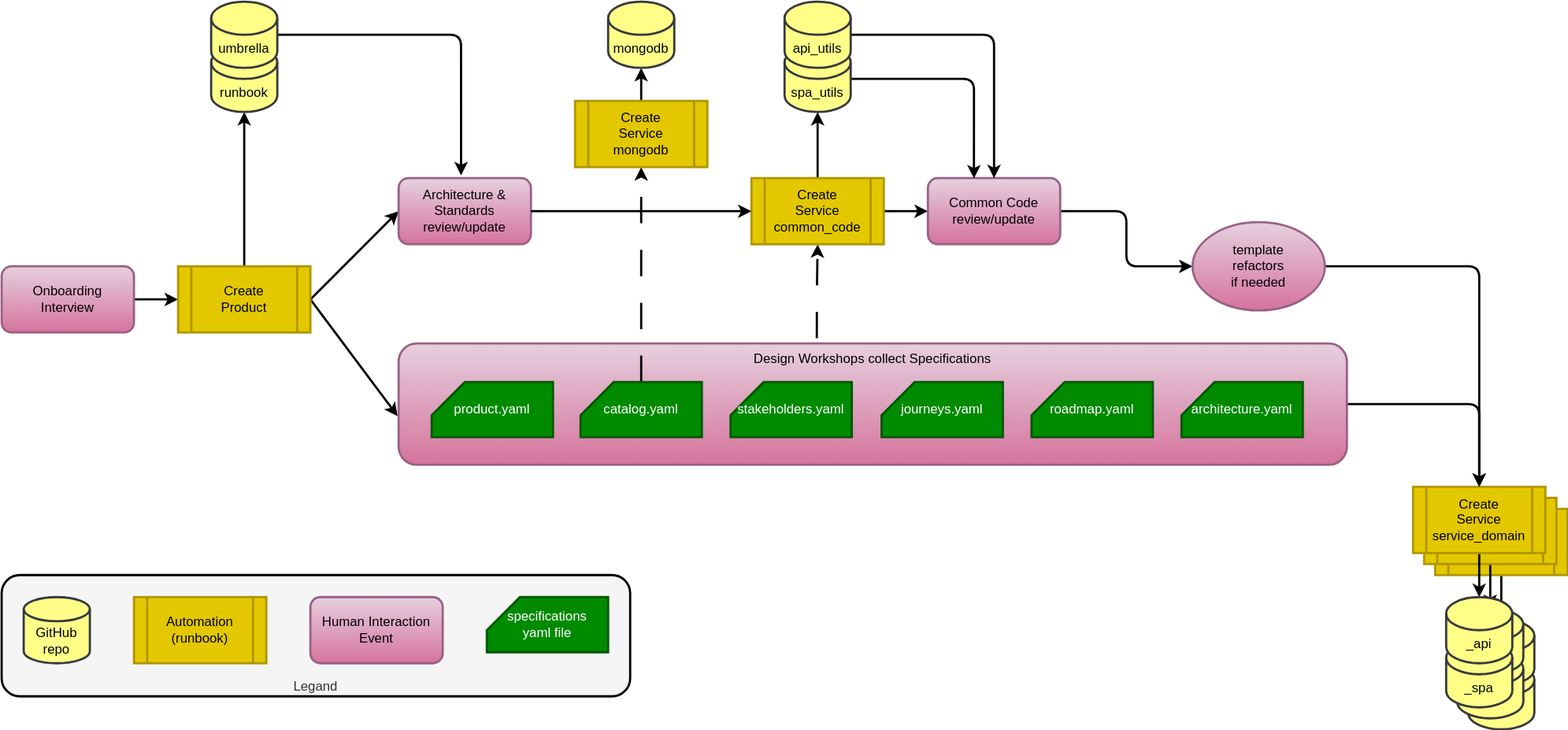
The draw.io diagram specifications/journey.svg in agile-learning-institute/stage0, before a commit. Source tidied: cells renumbered, new cells last; positions are measured from the earlier drawing's top-left corner, leaving out a move shared by most shapes.
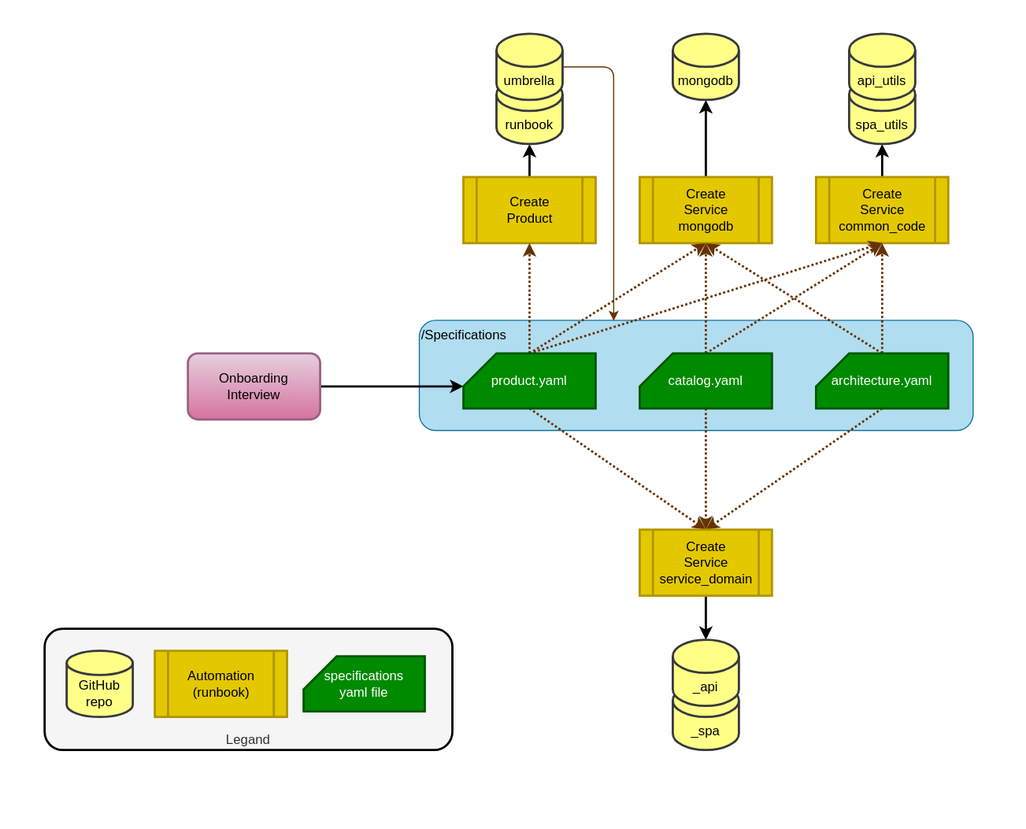
The same file after the commit.

Commit message:
journey diagram updates

Diff of the diagram source:
```diff
@@ -4,18 +4,12 @@
     <mxCell id="1" parent="0" />
+    <mxCell id="54" style="rounded=0;whiteSpace=wrap;html=1;fillColor=none;strokeColor=none;" parent="1" vertex="1">
+      <mxGeometry x="-980" y="-60" width="930" height="750" as="geometry" />
+    </mxCell>
+    <mxCell id="55" value="/Specifications" style="rounded=1;whiteSpace=wrap;html=1;strokeColor=#10739e;fillColor=#b1ddf0;verticalAlign=top;align=left;fontColor=#000000;" parent="1" vertex="1">
+      <mxGeometry x="-600" y="230" width="502.5" height="100" as="geometry" />
+    </mxCell>
     <mxCell id="2" value="Legand" style="rounded=1;whiteSpace=wrap;html=1;verticalAlign=bottom;fillColor=#f5f5f5;strokeColor=#000000;fontColor=#333333;strokeWidth=2;" parent="1" vertex="1">
-      <mxGeometry y="520" width="570" height="110" as="geometry" />
+      <mxGeometry x="-940" y="510" width="370" height="110" as="geometry" />
     </mxCell>
-    <mxCell id="3" style="edgeStyle=orthogonalEdgeStyle;html=1;exitX=0.5;exitY=1;exitDx=0;exitDy=0;entryX=0.5;entryY=0;entryDx=0;entryDy=0;entryPerimeter=0;fillColor=#f5f5f5;strokeColor=#000000;strokeWidth=2;" parent="1" edge="1" source="4" target="40">
-      <mxGeometry relative="1" as="geometry" />
-    </mxCell>
-    <mxCell id="4" value="Create&lt;br&gt;Service&lt;br&gt;service_domain" style="shape=process;whiteSpace=wrap;html=1;backgroundOutline=1;fillColor=#e3c800;strokeColor=#B09500;fontColor=#000000;strokeWidth=2;" parent="1" vertex="1">
-      <mxGeometry x="1300" y="460" width="120" height="60" as="geometry" />
-    </mxCell>
-    <mxCell id="5" style="edgeStyle=orthogonalEdgeStyle;html=1;exitX=0.5;exitY=1;exitDx=0;exitDy=0;entryX=0.5;entryY=0;entryDx=0;entryDy=0;entryPerimeter=0;fillColor=#f5f5f5;strokeColor=#000000;strokeWidth=2;" parent="1" edge="1" source="6" target="43">
-      <mxGeometry relative="1" as="geometry" />
-    </mxCell>
-    <mxCell id="6" value="Create&lt;br&gt;Service&lt;br&gt;service_domain" style="shape=process;whiteSpace=wrap;html=1;backgroundOutline=1;fillColor=#e3c800;strokeColor=#B09500;fontColor=#000000;strokeWidth=2;" parent="1" vertex="1">
-      <mxGeometry x="1290" y="450" width="120" height="60" as="geometry" />
-    </mxCell>
-    <mxCell id="7" style="edgeStyle=orthogonalEdgeStyle;html=1;exitX=1;exitY=0.5;exitDx=0;exitDy=0;entryX=0;entryY=0.5;entryDx=0;entryDy=0;fillColor=#f5f5f5;strokeColor=#000000;strokeWidth=2;" parent="1" edge="1" source="8" target="12">
+    <mxCell id="7" style="edgeStyle=orthogonalEdgeStyle;html=1;exitX=1;exitY=0.5;exitDx=0;exitDy=0;entryX=0;entryY=0;entryDx=0;entryDy=30;fillColor=#f5f5f5;strokeColor=#000000;strokeWidth=2;entryPerimeter=0;" parent="1" edge="1" source="8" target="27">
       <mxGeometry relative="1" as="geometry" />
@@ -23,10 +17,4 @@
     <mxCell id="8" value="Onboarding&lt;br&gt;Interview" style="rounded=1;whiteSpace=wrap;html=1;fillColor=#e6d0de;strokeColor=#996185;strokeWidth=2;gradientColor=#d5739d;fontColor=#000000;" parent="1" vertex="1">
-      <mxGeometry y="240" width="120" height="60" as="geometry" />
+      <mxGeometry x="-810" y="260" width="120" height="60" as="geometry" />
     </mxCell>
-    <mxCell id="9" style="edgeStyle=none;html=1;exitX=1;exitY=0.5;exitDx=0;exitDy=0;entryX=0;entryY=0.5;entryDx=0;entryDy=0;fillColor=#f5f5f5;strokeColor=#000000;strokeWidth=2;" parent="1" edge="1" source="12" target="13">
-      <mxGeometry relative="1" as="geometry" />
-    </mxCell>
-    <mxCell id="10" style="edgeStyle=none;html=1;exitX=1;exitY=0.5;exitDx=0;exitDy=0;entryX=-0.001;entryY=0.599;entryDx=0;entryDy=0;entryPerimeter=0;fillColor=#f5f5f5;strokeColor=#000000;strokeWidth=2;" parent="1" edge="1" source="12" target="15">
-      <mxGeometry relative="1" as="geometry" />
-    </mxCell>
     <mxCell id="11" style="edgeStyle=none;html=1;exitX=0.5;exitY=0;exitDx=0;exitDy=0;fillColor=#f5f5f5;strokeColor=#000000;strokeWidth=2;" parent="1" edge="1" source="12" target="32">
@@ -35,18 +23,15 @@
     <mxCell id="12" value="Create&lt;br&gt;Product" style="shape=process;whiteSpace=wrap;html=1;backgroundOutline=1;fillColor=#e3c800;strokeColor=#B09500;fontColor=#000000;strokeWidth=2;" parent="1" vertex="1">
-      <mxGeometry x="160" y="240" width="120" height="60" as="geometry" />
+      <mxGeometry x="-560" y="100" width="120" height="60" as="geometry" />
     </mxCell>
-    <mxCell id="13" value="Architecture &amp;amp;&lt;br&gt;Standards&lt;br&gt;review/update" style="rounded=1;whiteSpace=wrap;html=1;fillColor=#e6d0de;strokeColor=#996185;strokeWidth=2;gradientColor=#d5739d;fontColor=#000000;" parent="1" vertex="1">
-      <mxGeometry x="360" y="160" width="120" height="60" as="geometry" />
-    </mxCell>
-    <mxCell id="14" style="edgeStyle=orthogonalEdgeStyle;html=1;exitX=1;exitY=0.5;exitDx=0;exitDy=0;entryX=0.5;entryY=0;entryDx=0;entryDy=0;fillColor=#f5f5f5;strokeColor=#000000;strokeWidth=2;" parent="1" edge="1" source="15" target="31">
-      <mxGeometry relative="1" as="geometry" />
-    </mxCell>
-    <mxCell id="15" value="Design Workshops collect Specifications" style="rounded=1;whiteSpace=wrap;html=1;verticalAlign=top;fillColor=#e6d0de;strokeColor=#996185;strokeWidth=2;gradientColor=#d5739d;fontColor=#000000;" parent="1" vertex="1">
-      <mxGeometry x="360" y="310" width="860" height="110" as="geometry" />
-    </mxCell>
-    <mxCell id="16" style="edgeStyle=orthogonalEdgeStyle;html=1;exitX=0.5;exitY=0;exitDx=0;exitDy=0;exitPerimeter=0;entryX=0.5;entryY=1;entryDx=0;entryDy=0;fontColor=none;dashed=1;dashPattern=12 12;fillColor=#f5f5f5;strokeColor=#000000;strokeWidth=2;" parent="1" edge="1" source="17" target="24">
+    <mxCell id="16" style="html=1;exitX=0.5;exitY=0;exitDx=0;exitDy=0;exitPerimeter=0;entryX=0.5;entryY=1;entryDx=0;entryDy=0;fontColor=none;dashed=1;dashPattern=1 1;fillColor=#f5f5f5;strokeColor=#663300;strokeWidth=2;" parent="1" edge="1" source="17" target="24">
       <mxGeometry relative="1" as="geometry" />
     </mxCell>
+    <mxCell id="56" style="edgeStyle=none;html=1;exitX=0.5;exitY=0;exitDx=0;exitDy=0;exitPerimeter=0;entryX=0.5;entryY=1;entryDx=0;entryDy=0;dashed=1;dashPattern=1 1;strokeColor=#663300;strokeWidth=2;" parent="1" edge="1" source="17" target="21">
+      <mxGeometry relative="1" as="geometry" />
+    </mxCell>
+    <mxCell id="57" style="edgeStyle=none;html=1;exitX=0.5;exitY=1;exitDx=0;exitDy=0;exitPerimeter=0;entryX=0.5;entryY=0;entryDx=0;entryDy=0;dashed=1;dashPattern=1 1;strokeColor=#663300;strokeWidth=2;" parent="1" edge="1" source="17" target="31">
+      <mxGeometry relative="1" as="geometry" />
+    </mxCell>
     <mxCell id="17" value="catalog.yaml" style="shape=card;whiteSpace=wrap;html=1;fillColor=#008a00;strokeColor=#005700;strokeWidth=2;fontColor=#ffffff;" parent="1" vertex="1">
-      <mxGeometry x="525" y="345" width="110" height="50" as="geometry" />
+      <mxGeometry x="-400" y="260" width="120" height="50" as="geometry" />
     </mxCell>
@@ -55,10 +40,4 @@
     </mxCell>
-    <mxCell id="19" style="edgeStyle=orthogonalEdgeStyle;html=1;exitX=1;exitY=0.5;exitDx=0;exitDy=0;entryX=0;entryY=0.5;entryDx=0;entryDy=0;fillColor=#f5f5f5;strokeColor=#000000;strokeWidth=2;" parent="1" edge="1" source="21" target="26">
-      <mxGeometry relative="1" as="geometry" />
-    </mxCell>
-    <mxCell id="20" style="edgeStyle=orthogonalEdgeStyle;html=1;exitX=0.441;exitY=-0.043;exitDx=0;exitDy=0;entryX=0.5;entryY=1;entryDx=0;entryDy=0;dashed=1;dashPattern=12 12;fontColor=none;exitPerimeter=0;fillColor=#f5f5f5;strokeColor=#000000;strokeWidth=2;" parent="1" edge="1" source="15" target="21">
-      <mxGeometry relative="1" as="geometry" />
-    </mxCell>
     <mxCell id="21" value="Create&lt;br&gt;Service&lt;br&gt;common_code" style="shape=process;whiteSpace=wrap;html=1;backgroundOutline=1;fillColor=#e3c800;strokeColor=#B09500;fontColor=#000000;strokeWidth=2;" parent="1" vertex="1">
-      <mxGeometry x="680" y="160" width="120" height="60" as="geometry" />
+      <mxGeometry x="-240" y="100" width="120" height="60" as="geometry" />
     </mxCell>
@@ -67,23 +46,32 @@
     </mxCell>
-    <mxCell id="23" style="edgeStyle=orthogonalEdgeStyle;html=1;exitX=1;exitY=0.5;exitDx=0;exitDy=0;entryX=0;entryY=0.5;entryDx=0;entryDy=0;fontColor=none;fillColor=#f5f5f5;strokeColor=#000000;strokeWidth=2;" parent="1" edge="1" source="13" target="21">
-      <mxGeometry relative="1" as="geometry" />
-    </mxCell>
     <mxCell id="24" value="Create&lt;br&gt;Service&lt;br&gt;mongodb" style="shape=process;whiteSpace=wrap;html=1;backgroundOutline=1;fillColor=#e3c800;strokeColor=#B09500;fontColor=#000000;strokeWidth=2;" parent="1" vertex="1">
-      <mxGeometry x="520" y="90" width="120" height="60" as="geometry" />
+      <mxGeometry x="-400" y="100" width="120" height="60" as="geometry" />
     </mxCell>
-    <mxCell id="25" style="edgeStyle=orthogonalEdgeStyle;html=1;exitX=1;exitY=0.5;exitDx=0;exitDy=0;entryX=0;entryY=0.5;entryDx=0;entryDy=0;fillColor=#f5f5f5;strokeColor=#000000;strokeWidth=2;" parent="1" edge="1" source="26" target="47">
-      <mxGeometry relative="1" as="geometry" />
-    </mxCell>
-    <mxCell id="26" value="Common Code&lt;br&gt;review/update" style="rounded=1;whiteSpace=wrap;html=1;fillColor=#e6d0de;strokeColor=#996185;strokeWidth=2;gradientColor=#d5739d;fontColor=#000000;" parent="1" vertex="1">
-      <mxGeometry x="840" y="160" width="120" height="60" as="geometry" />
-    </mxCell>
+    <mxCell id="58" style="edgeStyle=none;html=1;exitX=0.5;exitY=0;exitDx=0;exitDy=0;exitPerimeter=0;entryX=0.5;entryY=1;entryDx=0;entryDy=0;strokeColor=#663300;strokeWidth=2;dashed=1;dashPattern=1 1;" parent="1" edge="1" source="27" target="12">
+      <mxGeometry relative="1" as="geometry" />
+    </mxCell>
+    <mxCell id="59" style="edgeStyle=none;html=1;exitX=0.5;exitY=0;exitDx=0;exitDy=0;exitPerimeter=0;entryX=0.5;entryY=1;entryDx=0;entryDy=0;strokeColor=#663300;strokeWidth=2;dashed=1;dashPattern=1 1;" parent="1" edge="1" source="27" target="24">
+      <mxGeometry relative="1" as="geometry" />
+    </mxCell>
+    <mxCell id="60" style="edgeStyle=none;html=1;exitX=0.5;exitY=0;exitDx=0;exitDy=0;exitPerimeter=0;entryX=0.5;entryY=1;entryDx=0;entryDy=0;dashed=1;dashPattern=1 1;strokeColor=#663300;strokeWidth=2;" parent="1" edge="1" source="27" target="21">
+      <mxGeometry relative="1" as="geometry" />
+    </mxCell>
+    <mxCell id="61" style="edgeStyle=none;html=1;exitX=0.5;exitY=1;exitDx=0;exitDy=0;exitPerimeter=0;dashed=1;dashPattern=1 1;strokeColor=#663300;strokeWidth=2;entryX=0.5;entryY=0;entryDx=0;entryDy=0;" parent="1" edge="1" source="27" target="31">
+      <mxGeometry relative="1" as="geometry" />
+    </mxCell>
     <mxCell id="27" value="product.yaml" style="shape=card;whiteSpace=wrap;html=1;fillColor=#008a00;strokeColor=#005700;strokeWidth=2;fontColor=#ffffff;" parent="1" vertex="1">
-      <mxGeometry x="390" y="345" width="110" height="50" as="geometry" />
+      <mxGeometry x="-560" y="260" width="120" height="50" as="geometry" />
     </mxCell>
+    <mxCell id="62" style="edgeStyle=none;html=1;exitX=0.5;exitY=1;exitDx=0;exitDy=0;exitPerimeter=0;entryX=0.5;entryY=0;entryDx=0;entryDy=0;dashed=1;dashPattern=1 1;strokeColor=#663300;strokeWidth=2;" parent="1" edge="1" source="28" target="31">
+      <mxGeometry relative="1" as="geometry" />
+    </mxCell>
+    <mxCell id="63" style="edgeStyle=none;html=1;exitX=0.5;exitY=0;exitDx=0;exitDy=0;exitPerimeter=0;entryX=0.5;entryY=1;entryDx=0;entryDy=0;dashed=1;dashPattern=1 1;strokeColor=#663300;strokeWidth=2;" parent="1" edge="1" source="28" target="24">
+      <mxGeometry relative="1" as="geometry" />
+    </mxCell>
+    <mxCell id="64" style="edgeStyle=none;html=1;exitX=0.5;exitY=0;exitDx=0;exitDy=0;exitPerimeter=0;entryX=0.5;entryY=1;entryDx=0;entryDy=0;dashed=1;dashPattern=1 1;strokeColor=#663300;strokeWidth=2;" parent="1" edge="1" source="28" target="21">
+      <mxGeometry relative="1" as="geometry" />
+    </mxCell>
     <mxCell id="28" value="architecture.yaml" style="shape=card;whiteSpace=wrap;html=1;fillColor=#008a00;strokeColor=#005700;strokeWidth=2;fontColor=#ffffff;" parent="1" vertex="1">
-      <mxGeometry x="1070" y="345" width="110" height="50" as="geometry" />
+      <mxGeometry x="-240" y="260" width="120" height="50" as="geometry" />
     </mxCell>
-    <mxCell id="29" value="journeys.yaml" style="shape=card;whiteSpace=wrap;html=1;fillColor=#008a00;strokeColor=#005700;strokeWidth=2;fontColor=#ffffff;" parent="1" vertex="1">
-      <mxGeometry x="798" y="345" width="110" height="50" as="geometry" />
-    </mxCell>
     <mxCell id="30" style="edgeStyle=orthogonalEdgeStyle;html=1;exitX=0.5;exitY=1;exitDx=0;exitDy=0;entryX=0.5;entryY=0;entryDx=0;entryDy=0;entryPerimeter=0;fillColor=#f5f5f5;strokeColor=#000000;strokeWidth=2;" parent="1" edge="1" source="31" target="45">
@@ -92,69 +80,36 @@
     <mxCell id="31" value="Create&lt;br&gt;Service&lt;br&gt;service_domain" style="shape=process;whiteSpace=wrap;html=1;backgroundOutline=1;fillColor=#e3c800;strokeColor=#B09500;fontColor=#000000;strokeWidth=2;" parent="1" vertex="1">
-      <mxGeometry x="1280" y="440" width="120" height="60" as="geometry" />
+      <mxGeometry x="-400" y="420" width="120" height="60" as="geometry" />
     </mxCell>
     <mxCell id="32" value="runbook" style="shape=cylinder3;whiteSpace=wrap;html=1;boundedLbl=1;backgroundOutline=1;size=15;fillColor=#ffff88;strokeColor=#36393d;strokeWidth=2;fontColor=#000000;" parent="1" vertex="1">
-      <mxGeometry x="190" y="40" width="60" height="60" as="geometry" />
+      <mxGeometry x="-530" y="10" width="60" height="60" as="geometry" />
     </mxCell>
-    <mxCell id="33" style="edgeStyle=orthogonalEdgeStyle;html=1;exitX=1;exitY=0.5;exitDx=0;exitDy=0;exitPerimeter=0;entryX=0.472;entryY=-0.042;entryDx=0;entryDy=0;entryPerimeter=0;fillColor=#f5f5f5;strokeColor=#000000;strokeWidth=2;" parent="1" edge="1" source="34" target="13">
-      <mxGeometry relative="1" as="geometry" />
-    </mxCell>
+    <mxCell id="65" style="edgeStyle=orthogonalEdgeStyle;html=1;exitX=1;exitY=0.5;exitDx=0;exitDy=0;exitPerimeter=0;entryX=0.351;entryY=0.004;entryDx=0;entryDy=0;entryPerimeter=0;strokeColor=#663300;strokeWidth=1;" parent="1" edge="1" source="34" target="55">
+      <mxGeometry relative="1" as="geometry" />
+    </mxCell>
     <mxCell id="34" value="umbrella" style="shape=cylinder3;whiteSpace=wrap;html=1;boundedLbl=1;backgroundOutline=1;size=15;fillColor=#ffff88;strokeColor=#36393d;strokeWidth=2;fontColor=#000000;" parent="1" vertex="1">
-      <mxGeometry x="190" width="60" height="60" as="geometry" />
+      <mxGeometry x="-530" y="-30" width="60" height="60" as="geometry" />
     </mxCell>
-    <mxCell id="35" style="edgeStyle=orthogonalEdgeStyle;html=1;exitX=1;exitY=0.5;exitDx=0;exitDy=0;exitPerimeter=0;entryX=0.348;entryY=0.005;entryDx=0;entryDy=0;entryPerimeter=0;fillColor=#f5f5f5;strokeColor=#000000;strokeWidth=2;" parent="1" edge="1" source="36" target="26">
-      <mxGeometry relative="1" as="geometry" />
-    </mxCell>
     <mxCell id="36" value="spa_utils" style="shape=cylinder3;whiteSpace=wrap;html=1;boundedLbl=1;backgroundOutline=1;size=15;fillColor=#ffff88;strokeColor=#36393d;strokeWidth=2;fontColor=#000000;" parent="1" vertex="1">
-      <mxGeometry x="710" y="40" width="60" height="60" as="geometry" />
+      <mxGeometry x="-210" y="10" width="60" height="60" as="geometry" />
     </mxCell>
-    <mxCell id="37" style="edgeStyle=orthogonalEdgeStyle;html=1;exitX=1;exitY=0.5;exitDx=0;exitDy=0;exitPerimeter=0;entryX=0.5;entryY=0;entryDx=0;entryDy=0;fillColor=#f5f5f5;strokeColor=#000000;strokeWidth=2;" parent="1" edge="1" source="38" target="26">
-      <mxGeometry relative="1" as="geometry" />
-    </mxCell>
     <mxCell id="38" value="api_utils" style="shape=cylinder3;whiteSpace=wrap;html=1;boundedLbl=1;backgroundOutline=1;size=15;fillColor=#ffff88;strokeColor=#36393d;strokeWidth=2;fontColor=#000000;" parent="1" vertex="1">
-      <mxGeometry x="710" width="60" height="60" as="geometry" />
+      <mxGeometry x="-210" y="-30" width="60" height="60" as="geometry" />
     </mxCell>
     <mxCell id="39" value="mongodb" style="shape=cylinder3;whiteSpace=wrap;html=1;boundedLbl=1;backgroundOutline=1;size=15;fillColor=#ffff88;strokeColor=#36393d;strokeWidth=2;fontColor=#000000;" parent="1" vertex="1">
-      <mxGeometry x="550" width="60" height="60" as="geometry" />
+      <mxGeometry x="-370" y="-30" width="60" height="60" as="geometry" />
     </mxCell>
-    <mxCell id="40" style="shape=cylinder3;whiteSpace=wrap;html=1;boundedLbl=1;backgroundOutline=1;size=15;fillColor=#ffff88;strokeColor=#36393d;strokeWidth=2;fontColor=#000000;" parent="1" vertex="1">
-      <mxGeometry x="1330" y="600" width="60" height="60" as="geometry" />
-    </mxCell>
-    <mxCell id="41" style="shape=cylinder3;whiteSpace=wrap;html=1;boundedLbl=1;backgroundOutline=1;size=15;fillColor=#ffff88;strokeColor=#36393d;strokeWidth=2;fontColor=#000000;" parent="1" vertex="1">
-      <mxGeometry x="1330" y="560" width="60" height="60" as="geometry" />
-    </mxCell>
-    <mxCell id="42" style="shape=cylinder3;whiteSpace=wrap;html=1;boundedLbl=1;backgroundOutline=1;size=15;fillColor=#ffff88;strokeColor=#36393d;strokeWidth=2;fontColor=#000000;" parent="1" vertex="1">
-      <mxGeometry x="1320" y="590" width="60" height="60" as="geometry" />
-    </mxCell>
-    <mxCell id="43" style="shape=cylinder3;whiteSpace=wrap;html=1;boundedLbl=1;backgroundOutline=1;size=15;fillColor=#ffff88;strokeColor=#36393d;strokeWidth=2;fontColor=#000000;" parent="1" vertex="1">
-      <mxGeometry x="1320" y="550" width="60" height="60" as="geometry" />
-    </mxCell>
     <mxCell id="44" value="_spa" style="shape=cylinder3;whiteSpace=wrap;html=1;boundedLbl=1;backgroundOutline=1;size=15;fillColor=#ffff88;strokeColor=#36393d;strokeWidth=2;fontColor=#000000;" parent="1" vertex="1">
-      <mxGeometry x="1310" y="580" width="60" height="60" as="geometry" />
+      <mxGeometry x="-370" y="560" width="60" height="60" as="geometry" />
     </mxCell>
     <mxCell id="45" value="_api" style="shape=cylinder3;whiteSpace=wrap;html=1;boundedLbl=1;backgroundOutline=1;size=15;fillColor=#ffff88;strokeColor=#36393d;strokeWidth=2;fontColor=#000000;" parent="1" vertex="1">
-      <mxGeometry x="1310" y="540" width="60" height="60" as="geometry" />
+      <mxGeometry x="-370" y="520" width="60" height="60" as="geometry" />
     </mxCell>
-    <mxCell id="46" style="edgeStyle=orthogonalEdgeStyle;html=1;exitX=1;exitY=0.5;exitDx=0;exitDy=0;entryX=0.5;entryY=0;entryDx=0;entryDy=0;fillColor=#f5f5f5;strokeColor=#000000;strokeWidth=2;" parent="1" edge="1" source="47" target="31">
-      <mxGeometry relative="1" as="geometry" />
-    </mxCell>
-    <mxCell id="47" value="template&lt;br&gt;refactors&lt;br&gt;if needed" style="ellipse;whiteSpace=wrap;html=1;fillColor=#e6d0de;strokeColor=#996185;strokeWidth=2;gradientColor=#d5739d;fontColor=#000000;" parent="1" vertex="1">
-      <mxGeometry x="1080" y="200" width="120" height="80" as="geometry" />
-    </mxCell>
-    <mxCell id="48" value="stakeholders.yaml" style="shape=card;whiteSpace=wrap;html=1;fillColor=#008a00;strokeColor=#005700;strokeWidth=2;fontColor=#ffffff;" parent="1" vertex="1">
-      <mxGeometry x="661" y="345" width="110" height="50" as="geometry" />
-    </mxCell>
-    <mxCell id="49" value="roadmap.yaml" style="shape=card;whiteSpace=wrap;html=1;fillColor=#008a00;strokeColor=#005700;strokeWidth=2;fontColor=#ffffff;" parent="1" vertex="1">
-      <mxGeometry x="934" y="345" width="110" height="50" as="geometry" />
-    </mxCell>
     <mxCell id="50" value="GitHub&lt;br&gt;repo" style="shape=cylinder3;whiteSpace=wrap;html=1;boundedLbl=1;backgroundOutline=1;size=10.955121911090401;fillColor=#ffff88;strokeColor=#36393d;strokeWidth=2;fontColor=#000000;" parent="1" vertex="1">
-      <mxGeometry x="20" y="540" width="60" height="60" as="geometry" />
+      <mxGeometry x="-920" y="530" width="60" height="60" as="geometry" />
     </mxCell>
     <mxCell id="51" value="Automation&lt;br&gt;(runbook)" style="shape=process;whiteSpace=wrap;html=1;backgroundOutline=1;fillColor=#e3c800;strokeColor=#B09500;fontColor=#000000;strokeWidth=2;" parent="1" vertex="1">
-      <mxGeometry x="120" y="540" width="120" height="60" as="geometry" />
+      <mxGeometry x="-840" y="530" width="120" height="60" as="geometry" />
     </mxCell>
-    <mxCell id="52" value="Human Interaction Event" style="rounded=1;whiteSpace=wrap;html=1;fillColor=#e6d0de;strokeColor=#996185;strokeWidth=2;gradientColor=#d5739d;fontColor=#000000;" parent="1" vertex="1">
-      <mxGeometry x="280" y="540" width="120" height="60" as="geometry" />
-    </mxCell>
     <mxCell id="53" value="specifications&lt;br&gt;yaml file" style="shape=card;whiteSpace=wrap;html=1;fillColor=#008a00;strokeColor=#005700;strokeWidth=2;fontColor=#ffffff;" parent="1" vertex="1">
-      <mxGeometry x="440" y="540" width="110" height="50" as="geometry" />
+      <mxGeometry x="-705" y="535" width="110" height="50" as="geometry" />
     </mxCell>
```
